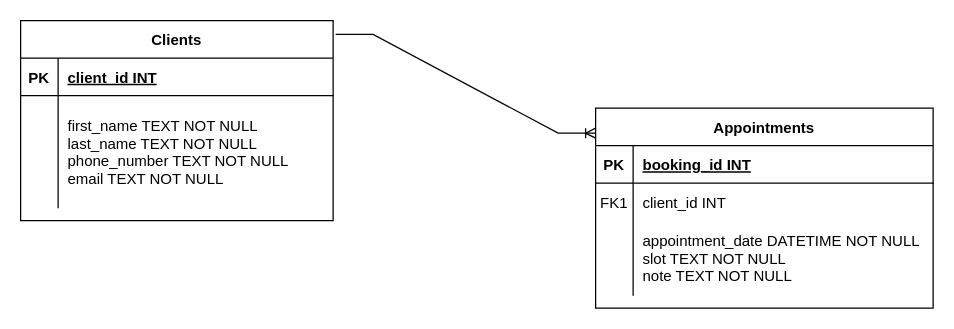
This is entity diagram.drawio from B34427/ComputingProject, a draw.io file, before an edit. Source tidied: cells renumbered, new cells numbered last; positions are measured from the earlier drawing's top-left corner, leaving out a move shared by most shapes. Both pictures are drawn from the tidied source at 125%, with x=0, y=0 at pixel (20, 20).
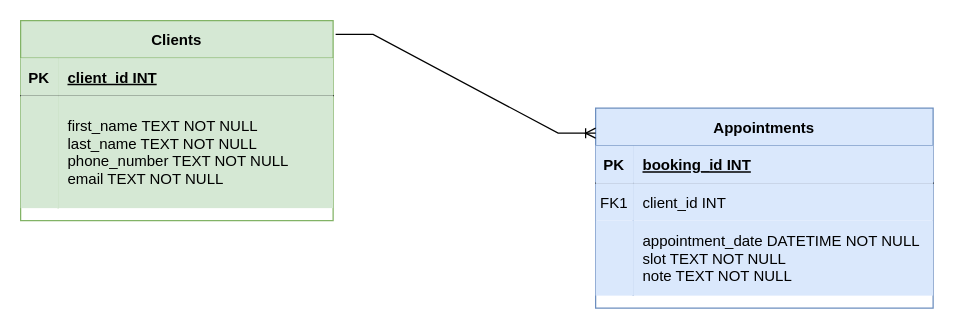
The same page after the edit.

The edit, as a diff of the source:
```diff
@@
 <mxGraphModel>
   <root>
     <mxCell id="0" />
     <mxCell id="1" parent="0" />
-    <mxCell id="2" value="Appointments" style="shape=table;startSize=30;childLayout=tableLayout;rowLines=0;fontStyle=1;align=center;" parent="1" vertex="1">
+    <mxCell id="2" value="Appointments" style="shape=table;startSize=30;childLayout=tableLayout;rowLines=0;fontStyle=1;align=center;fillColor=#dae8fc;strokeColor=#6c8ebf;" parent="1" vertex="1">
       <mxGeometry x="460" y="70" width="270" height="160" as="geometry" />
     </mxCell>
     <mxCell id="3" style="shape=partialRectangle;fillColor=none;top=0;left=0;right=0;bottom=1;" parent="2" vertex="1">
       <mxGeometry y="30" width="270" height="30" as="geometry" />
     </mxCell>
-    <mxCell id="4" value="PK" style="shape=partialRectangle;overflow=hidden;fillColor=none;top=0;left=0;bottom=0;right=0;fontStyle=1;" parent="3" vertex="1">
+    <mxCell id="4" value="PK" style="shape=partialRectangle;overflow=hidden;fillColor=#dae8fc;top=0;left=0;bottom=0;right=0;fontStyle=1;strokeColor=#6c8ebf;" parent="3" vertex="1">
       <mxGeometry width="30" height="30" as="geometry" />
     </mxCell>
-    <mxCell id="5" value="booking_id INT" style="shape=partialRectangle;overflow=hidden;fillColor=none;top=0;left=0;bottom=0;right=0;align=left;spacingLeft=6;fontStyle=5;" parent="3" vertex="1">
+    <mxCell id="5" value="booking_id INT" style="shape=partialRectangle;overflow=hidden;fillColor=#dae8fc;top=0;left=0;bottom=0;right=0;align=left;spacingLeft=6;fontStyle=5;strokeColor=#6c8ebf;" parent="3" vertex="1">
       <mxGeometry x="30" width="240" height="30" as="geometry" />
     </mxCell>
     <mxCell id="6" style="shape=partialRectangle;fillColor=none;top=0;left=0;right=0;bottom=0;" parent="2" vertex="1">
       <mxGeometry y="60" width="270" height="30" as="geometry" />
     </mxCell>
-    <mxCell id="7" value="FK1" style="shape=partialRectangle;overflow=hidden;fillColor=none;top=0;left=0;bottom=0;right=0;" parent="6" vertex="1">
+    <mxCell id="7" value="FK1" style="shape=partialRectangle;overflow=hidden;fillColor=#dae8fc;top=0;left=0;bottom=0;right=0;strokeColor=#6c8ebf;" parent="6" vertex="1">
       <mxGeometry width="30" height="30" as="geometry" />
     </mxCell>
-    <mxCell id="8" value="client_id INT" style="shape=partialRectangle;overflow=hidden;fillColor=none;top=0;left=0;bottom=0;right=0;align=left;spacingLeft=6;" parent="6" vertex="1">
+    <mxCell id="8" value="client_id INT" style="shape=partialRectangle;overflow=hidden;fillColor=#dae8fc;top=0;left=0;bottom=0;right=0;align=left;spacingLeft=6;strokeColor=#6c8ebf;" parent="6" vertex="1">
       <mxGeometry x="30" width="240" height="30" as="geometry" />
     </mxCell>
     <mxCell id="9" style="shape=partialRectangle;fillColor=none;top=0;left=0;right=0;bottom=0;" parent="2" vertex="1">
       <mxGeometry y="90" width="270" height="60" as="geometry" />
     </mxCell>
-    <mxCell id="10" style="shape=partialRectangle;overflow=hidden;fillColor=none;top=0;left=0;bottom=0;right=0;" parent="9" vertex="1">
+    <mxCell id="10" style="shape=partialRectangle;overflow=hidden;fillColor=#dae8fc;top=0;left=0;bottom=0;right=0;strokeColor=#6c8ebf;" parent="9" vertex="1">
       <mxGeometry width="30" height="60" as="geometry" />
     </mxCell>
-    <mxCell id="11" value="appointment_date DATETIME NOT NULL&#10;slot TEXT NOT NULL&#10;note TEXT NOT NULL" style="shape=partialRectangle;overflow=hidden;fillColor=none;top=0;left=0;bottom=0;right=0;align=left;spacingLeft=6;" parent="9" vertex="1">
+    <mxCell id="11" value="appointment_date DATETIME NOT NULL&#10;slot TEXT NOT NULL&#10;note TEXT NOT NULL" style="shape=partialRectangle;overflow=hidden;fillColor=#dae8fc;top=0;left=0;bottom=0;right=0;align=left;spacingLeft=6;strokeColor=#6c8ebf;" parent="9" vertex="1">
       <mxGeometry x="30" width="240" height="60" as="geometry" />
     </mxCell>
-    <mxCell id="12" value="Clients" style="shape=table;startSize=30;childLayout=tableLayout;rowLines=0;fontStyle=1;align=center;" parent="1" vertex="1">
+    <mxCell id="12" value="Clients" style="shape=table;startSize=30;childLayout=tableLayout;rowLines=0;fontStyle=1;align=center;fillColor=#d5e8d4;strokeColor=#82b366;" parent="1" vertex="1">
       <mxGeometry width="250" height="160" as="geometry" />
     </mxCell>
     <mxCell id="13" style="shape=partialRectangle;fillColor=none;top=0;left=0;right=0;bottom=1;" parent="12" vertex="1">
       <mxGeometry y="30" width="250" height="30" as="geometry" />
     </mxCell>
-    <mxCell id="14" value="PK" style="shape=partialRectangle;overflow=hidden;fillColor=none;top=0;left=0;bottom=0;right=0;fontStyle=1;" parent="13" vertex="1">
+    <mxCell id="14" value="PK" style="shape=partialRectangle;overflow=hidden;fillColor=#d5e8d4;top=0;left=0;bottom=0;right=0;fontStyle=1;strokeColor=#82b366;" parent="13" vertex="1">
       <mxGeometry width="30" height="30" as="geometry" />
     </mxCell>
-    <mxCell id="15" value="client_id INT" style="shape=partialRectangle;overflow=hidden;fillColor=none;top=0;left=0;bottom=0;right=0;align=left;spacingLeft=6;fontStyle=5;" parent="13" vertex="1">
+    <mxCell id="15" value="client_id INT" style="shape=partialRectangle;overflow=hidden;fillColor=#d5e8d4;top=0;left=0;bottom=0;right=0;align=left;spacingLeft=6;fontStyle=5;strokeColor=#82b366;" parent="13" vertex="1">
       <mxGeometry x="30" width="220" height="30" as="geometry" />
     </mxCell>
     <mxCell id="16" style="shape=partialRectangle;fillColor=none;top=0;left=0;right=0;bottom=0;" parent="12" vertex="1">
       <mxGeometry y="60" width="250" height="90" as="geometry" />
     </mxCell>
-    <mxCell id="17" style="shape=partialRectangle;overflow=hidden;fillColor=none;top=0;left=0;bottom=0;right=0;" parent="16" vertex="1">
+    <mxCell id="17" style="shape=partialRectangle;overflow=hidden;fillColor=#d5e8d4;top=0;left=0;bottom=0;right=0;strokeColor=#82b366;" parent="16" vertex="1">
       <mxGeometry width="30" height="90" as="geometry" />
     </mxCell>
-    <mxCell id="18" value="first_name TEXT NOT NULL&#10;last_name TEXT NOT NULL&#10;phone_number TEXT NOT NULL&#10;email TEXT NOT NULL" style="shape=partialRectangle;overflow=hidden;fillColor=none;top=0;left=0;bottom=0;right=0;align=left;spacingLeft=6;" parent="16" vertex="1">
+    <mxCell id="18" value="first_name TEXT NOT NULL&#10;last_name TEXT NOT NULL&#10;phone_number TEXT NOT NULL&#10;email TEXT NOT NULL" style="shape=partialRectangle;overflow=hidden;fillColor=#d5e8d4;top=0;left=0;bottom=0;right=0;align=left;spacingLeft=6;strokeColor=#82b366;" parent="16" vertex="1">
       <mxGeometry x="30" width="220" height="90" as="geometry" />
     </mxCell>
     <mxCell id="19" style="edgeStyle=entityRelationEdgeStyle;fontSize=12;html=1;endArrow=ERoneToMany;rounded=0;exitX=1.008;exitY=0.069;exitDx=0;exitDy=0;exitPerimeter=0;entryX=0;entryY=0.125;entryDx=0;entryDy=0;entryPerimeter=0;" parent="1" edge="1" source="12" target="2">
       <mxGeometry relative="1" as="geometry" />
     </mxCell>
   </root>
 </mxGraphModel>
```
